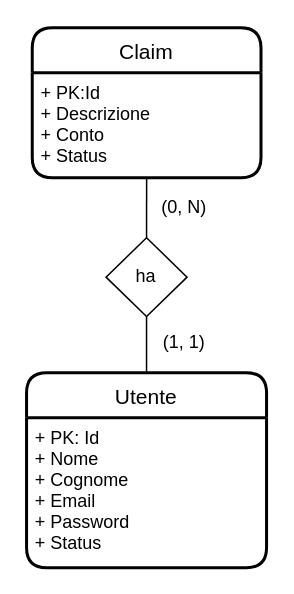
Earlier version of the draw.io diagram doc/utente_er_completo.drawio (EndriDomiUni/E-commerce). Source tidied: cells renumbered, new cells numbered last; positions are measured from the earlier drawing's top-left corner, leaving out a move shared by most shapes. Both pictures are drawn from the tidied source at 150%, with x=0, y=0 at pixel (26, 27).
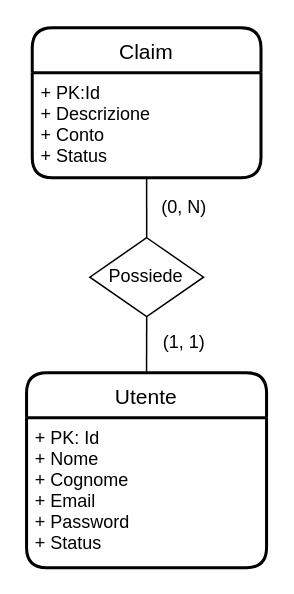
The same diagram, later.

What changed in the source:
```diff
@@
 <mxGraphModel>
   <root>
     <mxCell id="0" />
     <mxCell id="1" parent="0" />
     <mxCell id="2" value="Utente" style="swimlane;horizontal=1;startSize=30;rounded=1;fontSize=14;fontStyle=0;strokeWidth=2;shadow=0;dashed=0;align=center;" parent="1" vertex="1">
       <mxGeometry x="0.2" y="230" width="160" height="130" as="geometry" />
     </mxCell>
     <mxCell id="3" value="+ PK: Id&#10;+ Nome&#10;+ Cognome&#10;+ Email&#10;+ Password&#10;+ Status" style="align=left;strokeColor=none;fillColor=none;spacingLeft=4;fontSize=12;verticalAlign=top;" parent="2" vertex="1">
       <mxGeometry y="30" width="160" height="100" as="geometry" />
     </mxCell>
     <mxCell id="4" style="edgeStyle=none;html=1;exitX=0.5;exitY=1;exitDx=0;exitDy=0;entryX=0.5;entryY=0;entryDx=0;entryDy=0;endArrow=none;endFill=0;" parent="1" edge="1" source="5" target="2">
       <mxGeometry relative="1" as="geometry" />
     </mxCell>
-    <mxCell id="5" value="ha" style="shape=rhombus;perimeter=rhombusPerimeter;whiteSpace=wrap;html=1;align=center;" parent="1" vertex="1">
-      <mxGeometry x="53.2" y="140" width="54" height="52.5" as="geometry" />
+    <mxCell id="5" value="Possiede" style="shape=rhombus;perimeter=rhombusPerimeter;whiteSpace=wrap;html=1;align=center;" parent="1" vertex="1">
+      <mxGeometry x="42.4" y="140" width="75.8" height="52.5" as="geometry" />
     </mxCell>
     <mxCell id="6" value="Claim" style="swimlane;horizontal=1;startSize=30;rounded=1;fontSize=14;fontStyle=0;strokeWidth=2;shadow=0;dashed=0;align=center;" parent="1" vertex="1">
       <mxGeometry x="4" width="152.5" height="100" as="geometry" />
     </mxCell>
     <mxCell id="7" value="+ PK:Id&#10;+ Descrizione&#10;+ Conto&#10;+ Status" style="align=left;strokeColor=none;fillColor=none;spacingLeft=4;fontSize=12;verticalAlign=top;" parent="6" vertex="1">
       <mxGeometry y="30" width="152.5" height="70" as="geometry" />
     </mxCell>
     <mxCell id="8" style="edgeStyle=none;html=1;exitX=0.5;exitY=0;exitDx=0;exitDy=0;entryX=0.5;entryY=1;entryDx=0;entryDy=0;endArrow=none;endFill=0;" parent="1" edge="1" source="5" target="7">
       <mxGeometry relative="1" as="geometry" />
     </mxCell>
     <mxCell id="9" value="(1, 1)" style="text;html=1;align=center;verticalAlign=middle;strokeColor=none;fillColor=none;" parent="1" vertex="1">
       <mxGeometry x="85.2" y="200" width="40" height="20" as="geometry" />
     </mxCell>
     <mxCell id="10" value="(0, N)" style="text;html=1;align=center;verticalAlign=middle;strokeColor=none;fillColor=none;" parent="1" vertex="1">
       <mxGeometry x="80.2" y="110" width="50" height="20" as="geometry" />
     </mxCell>
   </root>
 </mxGraphModel>
```
